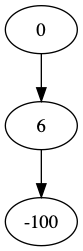
Before: arbol.png, a diagram exported from Graphviz (BitQuarkApps/Ahorcado-con-arboles). Its source is kept beside it as arbol.dot. Its diagram source:
```dot
digraph tree {
    "0";
    "6";
    "-100";
    "0" -> "6";
    "6" -> "-100";
}
```
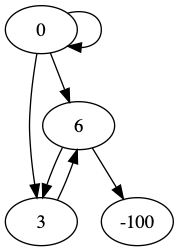
The same file after the commit.

The edit, as a diff of the source:
```diff
@@ -1,7 +1,15 @@
 digraph tree {
     "0";
     "6";
+    "3";
+    "0";
+    "3";
+    "6";
     "-100";
     "0" -> "6";
+    "0" -> "0";
+    "6" -> "3";
+    "0" -> "3";
+    "3" -> "6";
     "6" -> "-100";
 }
```
